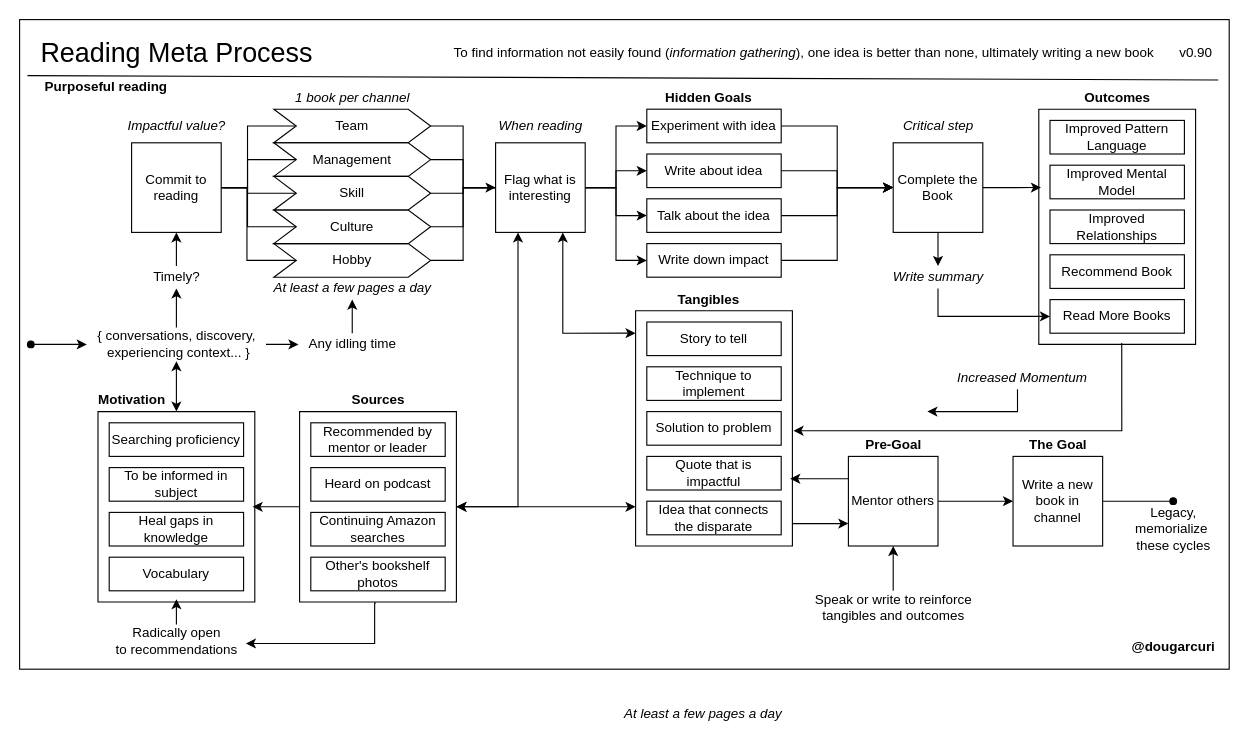
Earlier version of the draw.io diagram books/diagrams/reading-process.drawio (solidi/learning-notes). Source tidied: cells renumbered, new cells numbered last; positions are measured from the earlier drawing's top-left corner, leaving out a move shared by most shapes. Both pictures are drawn from the tidied source at 112%, with x=0, y=0 at pixel (19, 19).
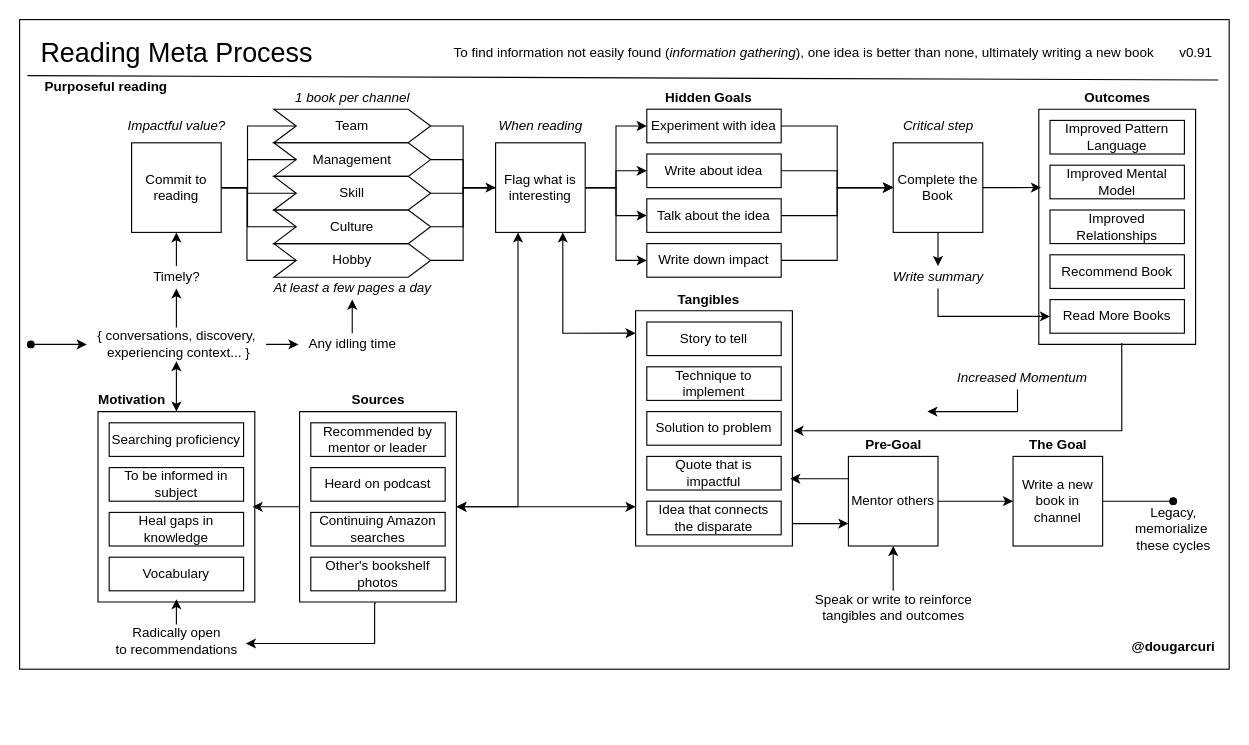
After the change.

Commit message (it also covers changes not shown here):
Fix up diagram with floating text

What changed in the source:
```diff
@@
-    <mxCell id="28" value="v0.90" style="text;html=1;align=center;verticalAlign=middle;" parent="1" vertex="1">
+    <mxCell id="28" value="v0.91" style="text;html=1;align=center;verticalAlign=middle;" parent="1" vertex="1">
       <mxGeometry x="1030" y="20" width="40" height="20" as="geometry" />
     </mxCell>
@@
-    <mxCell id="104" value="&lt;i&gt;At least a few pages a day&lt;/i&gt;" style="text;html=1;align=center;verticalAlign=middle;" parent="1" vertex="1">
-      <mxGeometry x="530" y="610" width="160" height="20" as="geometry" />
-    </mxCell>
```
